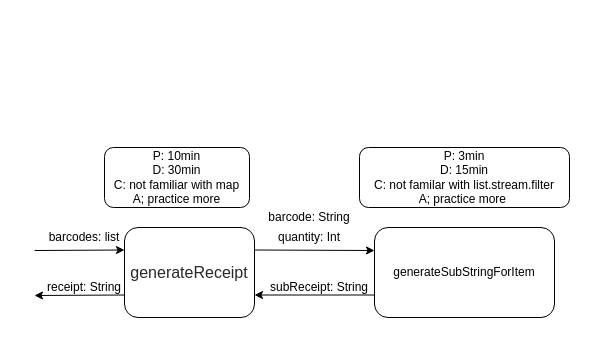
Earlier version of the draw.io diagram Pos v2.drawio (howardchan-oocl/pos-machine-practice-2020-10-11-13-53-6-305). Source tidied: cells renumbered, new cells numbered last; positions are measured from the earlier drawing's top-left corner, leaving out a move shared by most shapes. Both pictures are drawn from the tidied source at 100%, with x=0, y=0 at pixel (34, 147).
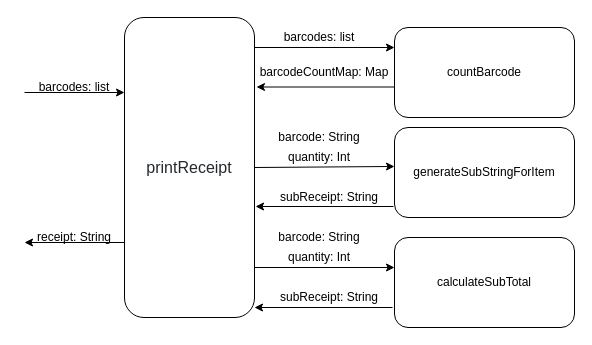
The same diagram, later.

The edit, as a diff of the source:
```diff
@@
-    <mxCell id="2" value="&lt;span style=&quot;color: rgb(36 , 41 , 46) ; font-size: 16px ; font-style: normal ; font-weight: 400 ; letter-spacing: normal ; text-indent: 0px ; text-transform: none ; word-spacing: 0px ; background-color: rgb(255 , 255 , 255) ; display: inline ; float: none&quot;&gt;generateReceipt&lt;/span&gt;" style="rounded=1;whiteSpace=wrap;html=1;" parent="1" vertex="1">
-      <mxGeometry x="90" y="80" width="130" height="90" as="geometry" />
+    <mxCell id="2" value="&lt;span style=&quot;color: rgb(36 , 41 , 46) ; font-size: 16px ; font-style: normal ; font-weight: 400 ; letter-spacing: normal ; text-indent: 0px ; text-transform: none ; word-spacing: 0px ; background-color: rgb(255 , 255 , 255) ; display: inline ; float: none&quot;&gt;printReceipt&lt;/span&gt;" style="rounded=1;whiteSpace=wrap;html=1;" parent="1" vertex="1">
+      <mxGeometry x="90" y="-130" width="130" height="300" as="geometry" />
     </mxCell>
     <mxCell id="3" style="endArrow=classic;html=1;entryX=0;entryY=0.25;entryDx=0;entryDy=0;" parent="1" edge="1" target="2">
       <mxGeometry relative="1" as="geometry">
-        <mxPoint y="103" as="sourcePoint" />
+        <mxPoint x="-10" y="-55" as="sourcePoint" />
       </mxGeometry>
     </mxCell>
     <mxCell id="4" style="endArrow=classic;html=1;exitX=0;exitY=0.75;exitDx=0;exitDy=0;" parent="1" edge="1" source="2">
       <mxGeometry relative="1" as="geometry">
-        <mxPoint y="148" as="targetPoint" />
+        <mxPoint x="-10" y="95" as="targetPoint" />
       </mxGeometry>
     </mxCell>
     <mxCell id="5" value="barcodes: list" style="text;html=1;strokeColor=none;fillColor=none;align=center;verticalAlign=middle;whiteSpace=wrap;rounded=0;" parent="1" vertex="1">
-      <mxGeometry x="10" y="80" width="80" height="20" as="geometry" />
+      <mxGeometry y="-70" width="80" height="20" as="geometry" />
     </mxCell>
     <mxCell id="6" value="receipt: String" style="text;html=1;strokeColor=none;fillColor=none;align=center;verticalAlign=middle;whiteSpace=wrap;rounded=0;" parent="1" vertex="1">
-      <mxGeometry x="10" y="130" width="80" height="20" as="geometry" />
+      <mxGeometry y="80" width="80" height="20" as="geometry" />
     </mxCell>
-    <mxCell id="7" style="endArrow=classic;html=1;exitX=1;exitY=0.25;exitDx=0;exitDy=0;" parent="1" edge="1" source="2">
-      <mxGeometry relative="1" as="geometry">
-        <mxPoint x="340" y="103" as="targetPoint" />
-      </mxGeometry>
+    <mxCell id="7" style="endArrow=classic;html=1;exitX=1;exitY=0.5;exitDx=0;exitDy=0;entryX=0;entryY=0.433;entryDx=0;entryDy=0;entryPerimeter=0;" parent="1" edge="1" source="2" target="8">
+      <mxGeometry relative="1" as="geometry" />
     </mxCell>
     <mxCell id="8" value="generateSubStringForItem" style="rounded=1;whiteSpace=wrap;html=1;" parent="1" vertex="1">
-      <mxGeometry x="340" y="80" width="180" height="90" as="geometry" />
+      <mxGeometry x="360" y="-20" width="180" height="90" as="geometry" />
     </mxCell>
-    <mxCell id="9" style="endArrow=classic;html=1;exitX=0;exitY=0.75;exitDx=0;exitDy=0;entryX=1;entryY=0.75;entryDx=0;entryDy=0;" parent="1" edge="1" source="8" target="2">
-      <mxGeometry relative="1" as="geometry" />
+    <mxCell id="9" style="endArrow=classic;html=1;entryX=1.008;entryY=0.63;entryDx=0;entryDy=0;entryPerimeter=0;" parent="1" edge="1" target="2">
+      <mxGeometry relative="1" as="geometry">
+        <mxPoint x="359" y="59" as="sourcePoint" />
+      </mxGeometry>
     </mxCell>
     <mxCell id="10" value="barcode: String" style="text;html=1;strokeColor=none;fillColor=none;align=center;verticalAlign=middle;whiteSpace=wrap;rounded=0;" parent="1" vertex="1">
-      <mxGeometry x="230" y="60" width="90" height="20" as="geometry" />
+      <mxGeometry x="240" y="-20" width="90" height="20" as="geometry" />
     </mxCell>
     <mxCell id="11" value="subReceipt: String" style="text;html=1;strokeColor=none;fillColor=none;align=center;verticalAlign=middle;whiteSpace=wrap;rounded=0;" parent="1" vertex="1">
-      <mxGeometry x="230" y="130" width="110" height="20" as="geometry" />
+      <mxGeometry x="240" y="40" width="110" height="20" as="geometry" />
     </mxCell>
     <mxCell id="12" value="quantity: Int" style="text;html=1;strokeColor=none;fillColor=none;align=center;verticalAlign=middle;whiteSpace=wrap;rounded=0;" parent="1" vertex="1">
-      <mxGeometry x="230" y="80" width="90" height="20" as="geometry" />
+      <mxGeometry x="240" width="90" height="20" as="geometry" />
     </mxCell>
-    <mxCell id="13" value="P: 10min&lt;br&gt;D: 30min&lt;br&gt;C: not familiar with map&lt;br&gt;A; practice more" style="rounded=1;whiteSpace=wrap;html=1;" parent="1" vertex="1">
-      <mxGeometry x="70" width="145" height="60" as="geometry" />
-    </mxCell>
-    <mxCell id="14" value="P: 3min&lt;br&gt;D: 15min&lt;br&gt;C: not familar with list.stream.filter&lt;br&gt;A; practice more&amp;nbsp;" style="rounded=1;whiteSpace=wrap;html=1;" parent="1" vertex="1">
-      <mxGeometry x="325" width="210" height="60" as="geometry" />
-    </mxCell>
+    <mxCell id="15" value="calculateSubTotal" style="rounded=1;whiteSpace=wrap;html=1;" parent="1" vertex="1">
+      <mxGeometry x="360" y="90" width="180" height="90" as="geometry" />
+    </mxCell>
+    <mxCell id="16" value="barcode: String" style="text;html=1;strokeColor=none;fillColor=none;align=center;verticalAlign=middle;whiteSpace=wrap;rounded=0;" parent="1" vertex="1">
+      <mxGeometry x="240" y="80" width="90" height="20" as="geometry" />
+    </mxCell>
+    <mxCell id="17" value="subReceipt: String" style="text;html=1;strokeColor=none;fillColor=none;align=center;verticalAlign=middle;whiteSpace=wrap;rounded=0;" parent="1" vertex="1">
+      <mxGeometry x="240" y="140" width="110" height="20" as="geometry" />
+    </mxCell>
+    <mxCell id="18" value="quantity: Int" style="text;html=1;strokeColor=none;fillColor=none;align=center;verticalAlign=middle;whiteSpace=wrap;rounded=0;" parent="1" vertex="1">
+      <mxGeometry x="240" y="100" width="90" height="20" as="geometry" />
+    </mxCell>
+    <mxCell id="19" style="endArrow=classic;html=1;exitX=1;exitY=0.523;exitDx=0;exitDy=0;exitPerimeter=0;entryX=0;entryY=0.41;entryDx=0;entryDy=0;entryPerimeter=0;" parent="1" edge="1">
+      <mxGeometry relative="1" as="geometry">
+        <mxPoint x="220" y="120" as="sourcePoint" />
+        <mxPoint x="360" y="120" as="targetPoint" />
+      </mxGeometry>
+    </mxCell>
+    <mxCell id="20" style="endArrow=classic;html=1;entryX=1.008;entryY=0.63;entryDx=0;entryDy=0;entryPerimeter=0;" parent="1" edge="1">
+      <mxGeometry relative="1" as="geometry">
+        <mxPoint x="358" y="160" as="sourcePoint" />
+        <mxPoint x="220" y="160" as="targetPoint" />
+      </mxGeometry>
+    </mxCell>
+    <mxCell id="21" value="countBarcode" style="rounded=1;whiteSpace=wrap;html=1;" parent="1" vertex="1">
+      <mxGeometry x="360" y="-120" width="180" height="90" as="geometry" />
+    </mxCell>
+    <mxCell id="22" style="endArrow=classic;html=1;exitX=1;exitY=0.523;exitDx=0;exitDy=0;exitPerimeter=0;entryX=0;entryY=0.41;entryDx=0;entryDy=0;entryPerimeter=0;" parent="1" edge="1">
+      <mxGeometry relative="1" as="geometry">
+        <mxPoint x="220" y="-100" as="sourcePoint" />
+        <mxPoint x="360" y="-100" as="targetPoint" />
+      </mxGeometry>
+    </mxCell>
+    <mxCell id="23" style="endArrow=classic;html=1;entryX=1.008;entryY=0.63;entryDx=0;entryDy=0;entryPerimeter=0;" parent="1" edge="1">
+      <mxGeometry relative="1" as="geometry">
+        <mxPoint x="360" y="-60.5" as="sourcePoint" />
+        <mxPoint x="222" y="-60.5" as="targetPoint" />
+      </mxGeometry>
+    </mxCell>
+    <mxCell id="24" value="barcodes: list" style="text;html=1;strokeColor=none;fillColor=none;align=center;verticalAlign=middle;whiteSpace=wrap;rounded=0;" parent="1" vertex="1">
+      <mxGeometry x="245" y="-120" width="80" height="20" as="geometry" />
+    </mxCell>
+    <mxCell id="25" value="barcodeCountMap: Map" style="text;html=1;strokeColor=none;fillColor=none;align=center;verticalAlign=middle;whiteSpace=wrap;rounded=0;" parent="1" vertex="1">
+      <mxGeometry x="220" y="-85" width="140" height="20" as="geometry" />
+    </mxCell>
```
